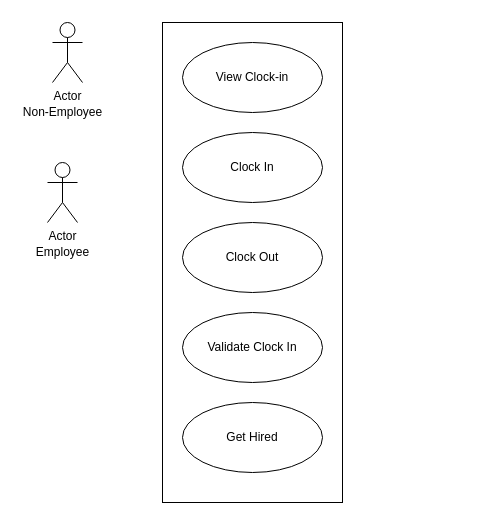
Above: Untitled Diagram.drawio in code987-bio/uml-diagram (draw.io), before the change. Source tidied: cells renumbered, new cells numbered last; positions are measured from the earlier drawing's top-left corner, leaving out a move shared by most shapes. Both pictures are drawn from the tidied source at 100%, with x=0, y=0 at pixel (17, 22).
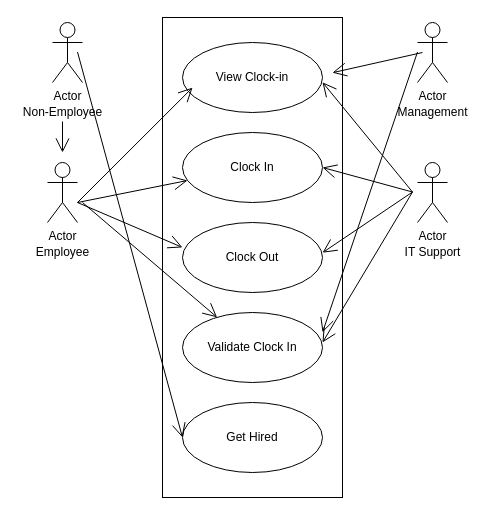
After the change.

Unchanged cells that the change refers to:
```xml
<mxCell id="8" value="Clock In" style="ellipse;whiteSpace=wrap;html=1;" parent="1" vertex="1">
  <mxGeometry x="165" y="110" width="140" height="70" as="geometry" />
</mxCell>
<mxCell id="10" value="Validate Clock In" style="ellipse;whiteSpace=wrap;html=1;" parent="1" vertex="1">
  <mxGeometry x="165" y="290" width="140" height="70" as="geometry" />
</mxCell>
<mxCell id="11" value="Get Hired" style="ellipse;whiteSpace=wrap;html=1;" parent="1" vertex="1">
  <mxGeometry x="165" y="380" width="140" height="70" as="geometry" />
</mxCell>
```

Change to the diagram source:
```diff
@@
     <mxCell id="6" style="html=1;" parent="1" vertex="1">
-      <mxGeometry x="145" width="180" height="480" as="geometry" />
+      <mxGeometry x="145" y="-5" width="180" height="480" as="geometry" />
     </mxCell>
@@
+    <mxCell id="12" value="Actor" style="shape=umlActor;verticalLabelPosition=bottom;verticalAlign=top;html=1;" parent="1" vertex="1">
+      <mxGeometry x="400" width="30" height="60" as="geometry" />
+    </mxCell>
+    <mxCell id="13" value="Management" style="text;html=1;align=center;verticalAlign=middle;" parent="1" vertex="1">
+      <mxGeometry x="370" y="80" width="90" height="20" as="geometry" />
+    </mxCell>
+    <mxCell id="14" value="Actor" style="shape=umlActor;verticalLabelPosition=bottom;verticalAlign=top;html=1;" parent="1" vertex="1">
+      <mxGeometry x="400" y="140" width="30" height="60" as="geometry" />
+    </mxCell>
+    <mxCell id="15" value="IT Support" style="text;html=1;align=center;verticalAlign=middle;" parent="1" vertex="1">
+      <mxGeometry x="380" y="220" width="70" height="20" as="geometry" />
+    </mxCell>
+    <mxCell id="16" style="endArrow=open;endFill=1;endSize=12;html=1;entryX=0;entryY=0.5;entryDx=0;entryDy=0;" parent="1" edge="1" target="11">
+      <mxGeometry relative="1" as="geometry">
+        <mxPoint x="60" y="29.5" as="sourcePoint" />
+      </mxGeometry>
+    </mxCell>
+    <mxCell id="17" style="endArrow=open;endFill=1;endSize=12;html=1;entryX=0.111;entryY=0.479;entryDx=0;entryDy=0;entryPerimeter=0;" parent="1" edge="1" target="6">
+      <mxGeometry relative="1" as="geometry">
+        <mxPoint x="60" y="180" as="sourcePoint" />
+      </mxGeometry>
+    </mxCell>
+    <mxCell id="18" style="endArrow=open;endFill=1;endSize=12;html=1;entryX=0.167;entryY=0.146;entryDx=0;entryDy=0;entryPerimeter=0;" parent="1" edge="1" target="6">
+      <mxGeometry relative="1" as="geometry">
+        <mxPoint x="60" y="180" as="sourcePoint" />
+      </mxGeometry>
+    </mxCell>
+    <mxCell id="19" style="endArrow=open;endFill=1;endSize=12;html=1;" parent="1" edge="1" target="8">
+      <mxGeometry relative="1" as="geometry">
+        <mxPoint x="60" y="180" as="sourcePoint" />
+      </mxGeometry>
+    </mxCell>
+    <mxCell id="20" style="endArrow=open;endFill=1;endSize=12;html=1;" parent="1" edge="1" target="10">
+      <mxGeometry relative="1" as="geometry">
+        <mxPoint x="65" y="180" as="sourcePoint" />
+      </mxGeometry>
+    </mxCell>
+    <mxCell id="21" style="endArrow=open;endFill=1;endSize=12;html=1;" parent="1" edge="1">
+      <mxGeometry relative="1" as="geometry">
+        <mxPoint x="45" y="99" as="sourcePoint" />
+        <mxPoint x="45" y="130" as="targetPoint" />
+      </mxGeometry>
+    </mxCell>
+    <mxCell id="22" style="endArrow=open;endFill=1;endSize=12;html=1;entryX=0.944;entryY=0.115;entryDx=0;entryDy=0;entryPerimeter=0;" parent="1" edge="1" target="6">
+      <mxGeometry relative="1" as="geometry">
+        <mxPoint x="405" y="30" as="sourcePoint" />
+      </mxGeometry>
+    </mxCell>
+    <mxCell id="23" style="endArrow=open;endFill=1;endSize=12;html=1;entryX=0.889;entryY=0.656;entryDx=0;entryDy=0;entryPerimeter=0;" parent="1" edge="1" target="6">
+      <mxGeometry relative="1" as="geometry">
+        <mxPoint x="400" y="29.5" as="sourcePoint" />
+      </mxGeometry>
+    </mxCell>
+    <mxCell id="24" style="endArrow=open;endFill=1;endSize=12;html=1;entryX=0.889;entryY=0.135;entryDx=0;entryDy=0;entryPerimeter=0;" parent="1" edge="1" target="6">
+      <mxGeometry relative="1" as="geometry">
+        <mxPoint x="395" y="169.5" as="sourcePoint" />
+      </mxGeometry>
+    </mxCell>
+    <mxCell id="25" style="endArrow=open;endFill=1;endSize=12;html=1;entryX=1;entryY=0.5;entryDx=0;entryDy=0;" parent="1" edge="1" target="8">
+      <mxGeometry relative="1" as="geometry">
+        <mxPoint x="395" y="169.5" as="sourcePoint" />
+      </mxGeometry>
+    </mxCell>
+    <mxCell id="26" style="endArrow=open;endFill=1;endSize=12;html=1;entryX=0.889;entryY=0.49;entryDx=0;entryDy=0;entryPerimeter=0;" parent="1" edge="1" target="6">
+      <mxGeometry relative="1" as="geometry">
+        <mxPoint x="395" y="169.5" as="sourcePoint" />
+      </mxGeometry>
+    </mxCell>
+    <mxCell id="27" style="endArrow=open;endFill=1;endSize=12;html=1;" parent="1" edge="1">
+      <mxGeometry relative="1" as="geometry">
+        <mxPoint x="395" y="169.5" as="sourcePoint" />
+        <mxPoint x="305" y="320" as="targetPoint" />
+      </mxGeometry>
+    </mxCell>
```
